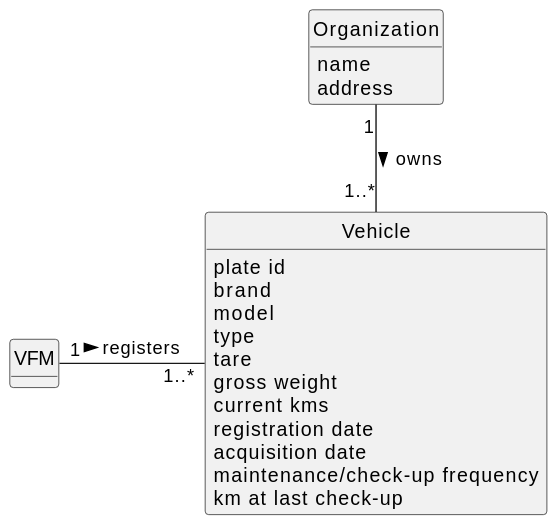
The PlantUML diagram docs/sprintB/us006/02.analysis/svg/us006-domain-model.svg in diogoveirospro/lei-24-s2-1dg-g072, before a commit.
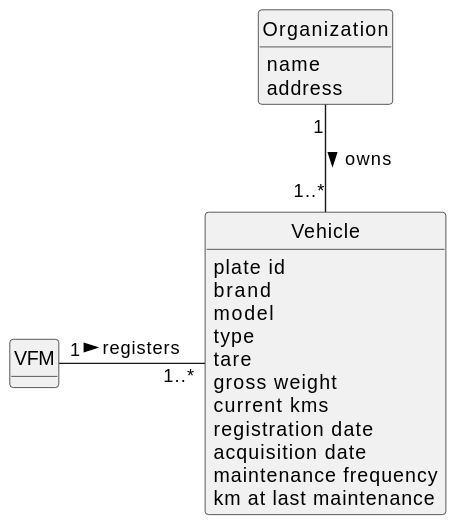
The same diagram one commit later.

Change to the diagram source:
```diff
@@ -28,8 +28,8 @@
     current kms
     registration date
     acquisition date
-    maintenance/check-up frequency
-    km at last check-up
+    maintenance frequency
+    km at last maintenance
 }
 
 VFM "1"-"   1..*" Vehicle: registers >
```
